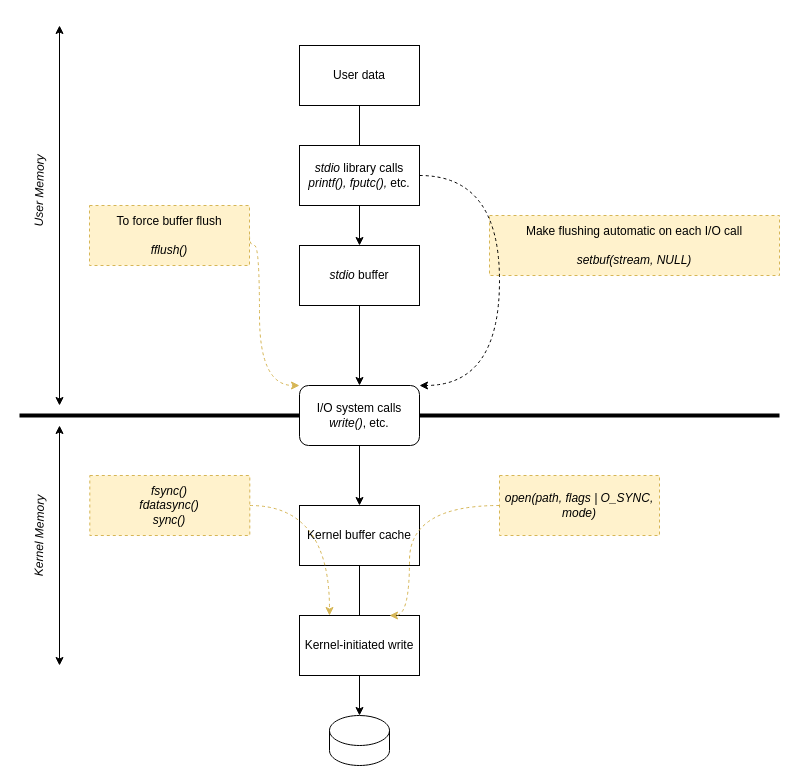
Before: io_buffering_summary.drawio in da0p/diagram-notes, a draw.io diagram. Source tidied: cells renumbered, new cells numbered last; positions are measured from the earlier drawing's top-left corner, leaving out a move shared by most shapes. Both pictures are drawn from the tidied source at 100%, with x=0, y=0 at pixel (-11, 25).
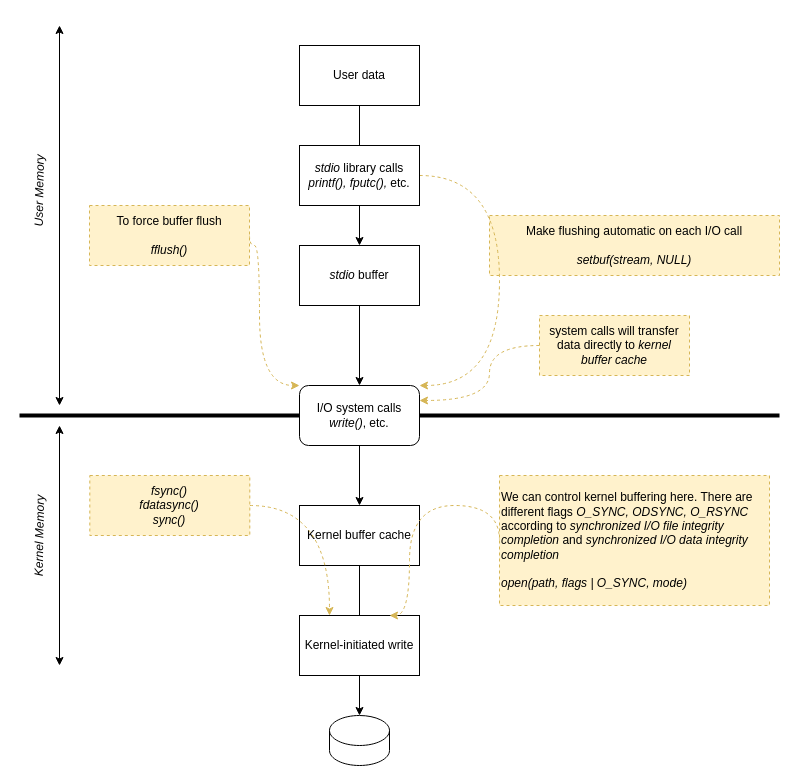
The same diagram, later.

The change refers to these unchanged cells:
```xml
<mxCell id="8" value="&lt;i&gt;stdio &lt;/i&gt;library calls &lt;i&gt;printf(), fputc(), &lt;/i&gt;etc." style="rounded=0;whiteSpace=wrap;html=1;" parent="1" vertex="1">
  <mxGeometry x="310" y="120" width="120" height="60" as="geometry" />
</mxCell>
<mxCell id="12" value="I/O system calls &lt;i&gt;write()&lt;/i&gt;, etc." style="rounded=1;whiteSpace=wrap;html=1;" parent="1" vertex="1">
  <mxGeometry x="310" y="360" width="120" height="60" as="geometry" />
</mxCell>
```

The edit, as a diff of the source:
```diff
@@
-    <mxCell id="7" style="edgeStyle=orthogonalEdgeStyle;rounded=0;jettySize=auto;html=1;exitX=1;exitY=0.5;exitDx=0;exitDy=0;entryX=1;entryY=0;entryDx=0;entryDy=0;curved=1;dashed=1;" parent="1" edge="1" source="8" target="12">
+    <mxCell id="7" style="edgeStyle=orthogonalEdgeStyle;rounded=0;jettySize=auto;html=1;exitX=1;exitY=0.5;exitDx=0;exitDy=0;entryX=1;entryY=0;entryDx=0;entryDy=0;curved=1;dashed=1;fillColor=#fff2cc;strokeColor=#d6b656;" parent="1" edge="1" source="8" target="12">
       <mxGeometry relative="1" as="geometry">
         <Array as="points">
           <mxPoint x="510" y="150" />
           <mxPoint x="510" y="360" />
         </Array>
       </mxGeometry>
     </mxCell>
@@
-    <mxCell id="21" value="&lt;i&gt;open(path, flags | O_SYNC, mode)&lt;/i&gt;" style="text;html=1;align=center;verticalAlign=middle;whiteSpace=wrap;rounded=0;fillColor=#fff2cc;strokeColor=#d6b656;dashed=1;" parent="1" vertex="1">
-      <mxGeometry x="510" y="450" width="160" height="60" as="geometry" />
+    <mxCell id="21" value="We can control kernel buffering here. There are different flags &lt;i&gt;O_SYNC, ODSYNC, O_RSYNC&lt;/i&gt; according to &lt;i&gt;synchronized I/O file integrity completion &lt;/i&gt;and &lt;i&gt;synchronized I/O data integrity completion&lt;/i&gt;&lt;br&gt;&lt;br&gt;&lt;div align=&quot;left&quot;&gt;&lt;i&gt;open(path, flags | O_SYNC, mode)&lt;/i&gt;&lt;/div&gt;" style="text;html=1;align=left;verticalAlign=middle;whiteSpace=wrap;rounded=0;fillColor=#fff2cc;strokeColor=#d6b656;dashed=1;" parent="1" vertex="1">
+      <mxGeometry x="510" y="450" width="270" height="130" as="geometry" />
     </mxCell>
@@
+    <mxCell id="26" style="edgeStyle=orthogonalEdgeStyle;rounded=0;jettySize=auto;html=1;exitX=0;exitY=0.5;exitDx=0;exitDy=0;entryX=1;entryY=0.25;entryDx=0;entryDy=0;curved=1;strokeColor=#d6b656;dashed=1;fillColor=#fff2cc;" parent="1" edge="1" source="27" target="12">
+      <mxGeometry relative="1" as="geometry">
+        <Array as="points">
+          <mxPoint x="500" y="320" />
+          <mxPoint x="500" y="375" />
+        </Array>
+      </mxGeometry>
+    </mxCell>
+    <mxCell id="27" value="system calls will transfer data directly to &lt;i&gt;kernel buffer cache&lt;/i&gt;" style="rounded=0;whiteSpace=wrap;html=1;fillColor=#fff2cc;strokeColor=#d6b656;dashed=1;" parent="1" vertex="1">
+      <mxGeometry x="550" y="290" width="150" height="60" as="geometry" />
+    </mxCell>
```
